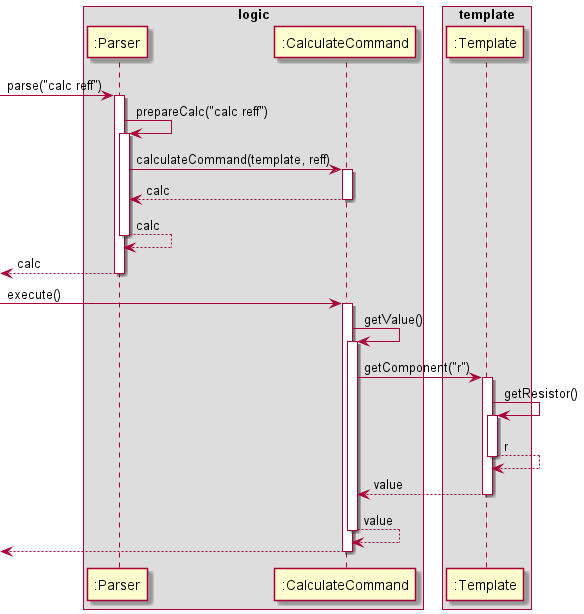
Earlier version of the PlantUML export docs/diagrams/CalcReffSequenceDiagram.png (sevenseasofbri/tp).
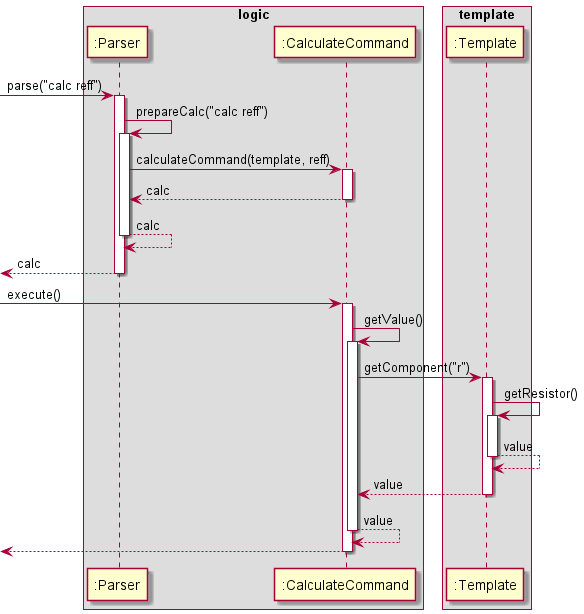
Later version of the same file.

What changed in the source:
```diff
@@ -38,7 +38,7 @@
 Template -> Template : getResistor()
 activate Template
 
-Template <-- Template : r
+Template <-- Template : value
 deactivate Template
 
 CalculateCommand <-- Template : value
```
